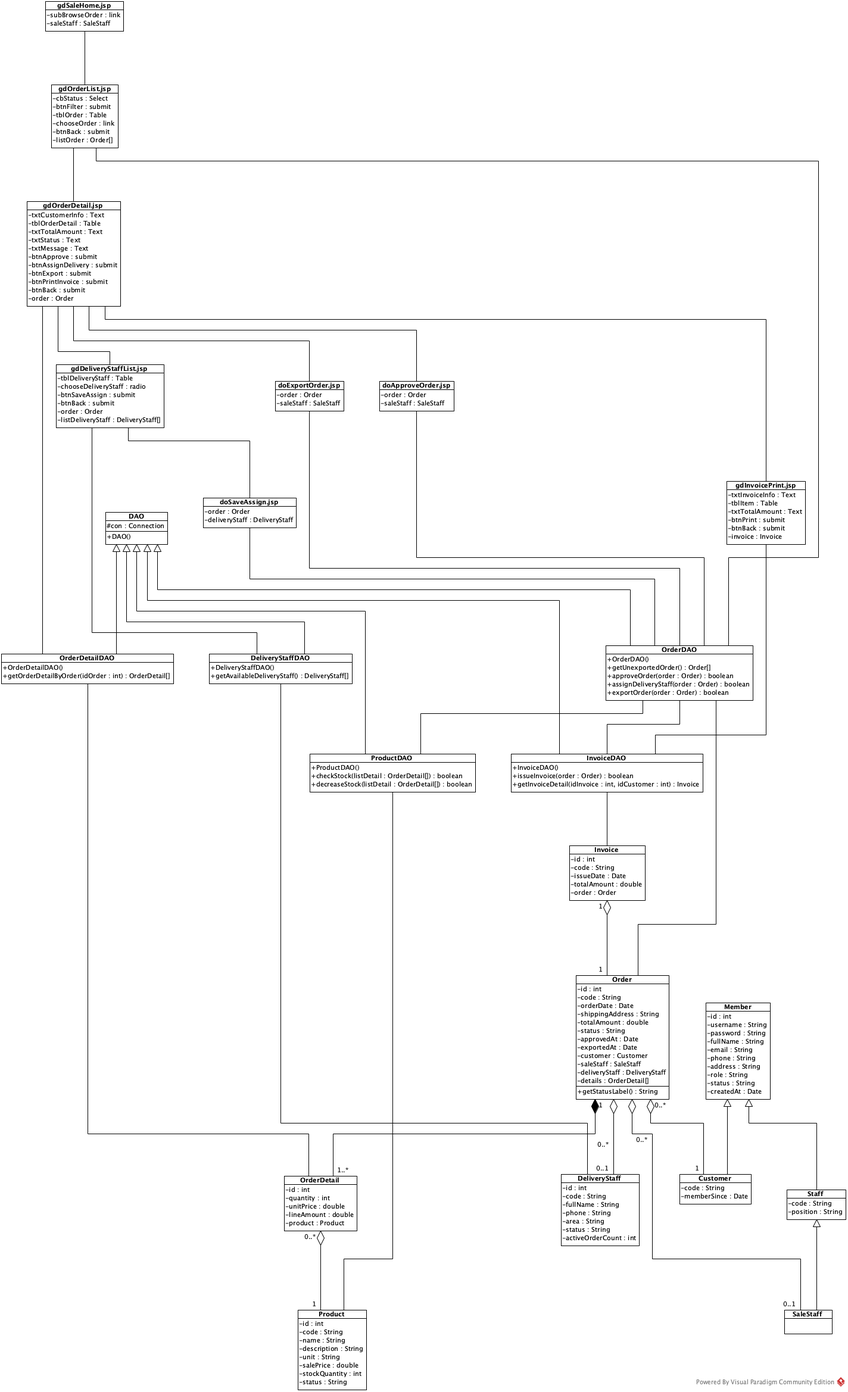
Above: diagrams/out/vp/q3b-4-design-classes-approve-export.png in thanhtrnnn/infor-sys-anal-dept-store (PlantUML), before the change. Its source is kept beside it as diagrams/src/q3b-4-design-classes-approve-export.puml. The source it was exported from:
```plantuml
@startuml
!include _style.iuml
title Q3b – Biểu đồ lớp thiết kế – Module 2: Approve and Export Order 0 (JSP + DAO)

class "gdSaleHome.jsp" as gdSaleHome {
  -subBrowseOrder : link
  -saleStaff : SaleStaff
}
class "gdOrderList.jsp" as gdOrderList {
  -cbStatus : Select
  -btnFilter : submit
  -tblOrder : Table
  -chooseOrder : link
  -btnBack : submit
  -listOrder : Order[]
}
class "gdOrderDetail.jsp" as gdOrderDetail {
  -txtCustomerInfo : Text
  -tblOrderDetail : Table
  -txtTotalAmount : Text
  -txtStatus : Text
  -txtMessage : Text
  -btnApprove : submit
  -btnAssignDelivery : submit
  -btnExport : submit
  -btnPrintInvoice : submit
  -btnBack : submit
  -order : Order
}
class "gdDeliveryStaffList.jsp" as gdDeliveryStaffList {
  -tblDeliveryStaff : Table
  -chooseDeliveryStaff : radio
  -btnSaveAssign : submit
  -btnBack : submit
  -order : Order
  -listDeliveryStaff : DeliveryStaff[]
}
class "gdInvoicePrint.jsp" as gdInvoicePrint {
  -txtInvoiceInfo : Text
  -tblItem : Table
  -txtTotalAmount : Text
  -btnPrint : submit
  -btnBack : submit
  -invoice : Invoice
}
class "doApproveOrder.jsp" as doApproveOrder {
  -order : Order
  -saleStaff : SaleStaff
}
class "doSaveAssign.jsp" as doSaveAssign {
  -order : Order
  -deliveryStaff : DeliveryStaff
}
class "doExportOrder.jsp" as doExportOrder {
  -order : Order
  -saleStaff : SaleStaff
}
gdSaleHome - gdOrderList
gdOrderList - gdOrderDetail
gdOrderDetail - gdDeliveryStaffList
gdOrderDetail -- gdInvoicePrint
gdOrderDetail -- doApproveOrder
gdDeliveryStaffList -- doSaveAssign
gdOrderDetail -- doExportOrder

!include _design_dao.iuml
class OrderDAO {
  +OrderDAO()
  +getUnexportedOrder() : Order[]
  +approveOrder(order : Order) : boolean
  +assignDeliveryStaff(order : Order) : boolean
  +exportOrder(order : Order) : boolean
}
class OrderDetailDAO {
  +OrderDetailDAO()
  +getOrderDetailByOrder(idOrder : int) : OrderDetail[]
}
class ProductDAO {
  +ProductDAO()
  +checkStock(listDetail : OrderDetail[]) : boolean
  +decreaseStock(listDetail : OrderDetail[]) : boolean
}
class DeliveryStaffDAO {
  +DeliveryStaffDAO()
  +getAvailableDeliveryStaff() : DeliveryStaff[]
}
class InvoiceDAO {
  +InvoiceDAO()
  +issueInvoice(order : Order) : boolean
  +getInvoiceDetail(idInvoice : int, idCustomer : int) : Invoice
}
OrderDAO -up-|> DAO
OrderDetailDAO -up-|> DAO
ProductDAO -up-|> DAO
DeliveryStaffDAO -up-|> DAO
InvoiceDAO -up-|> DAO
gdOrderList -- OrderDAO
gdOrderDetail -- OrderDetailDAO
gdDeliveryStaffList -- DeliveryStaffDAO
gdInvoicePrint -- InvoiceDAO
doApproveOrder -- OrderDAO
doSaveAssign -- OrderDAO
doExportOrder -- OrderDAO
OrderDAO -- ProductDAO
OrderDAO -- InvoiceDAO

class Member {
  -id : int
  -username : String
  -password : String
  -fullName : String
  -email : String
  -phone : String
  -address : String
  -role : String
  -status : String
  -createdAt : Date
}
class Customer {
  -code : String
  -memberSince : Date
}
class Staff {
  -code : String
  -position : String
}
class SaleStaff
class Order {
  -id : int
  -code : String
  -orderDate : Date
  -shippingAddress : String
  -totalAmount : double
  -status : String
  -approvedAt : Date
  -exportedAt : Date
  -customer : Customer
  -saleStaff : SaleStaff
  -deliveryStaff : DeliveryStaff
  -details : OrderDetail[]
  +getStatusLabel() : String
}
class OrderDetail {
  -id : int
  -quantity : int
  -unitPrice : double
  -lineAmount : double
  -product : Product
}
class Product {
  -id : int
  -code : String
  -name : String
  -description : String
  -unit : String
  -salePrice : double
  -stockQuantity : int
  -status : String
}
class DeliveryStaff {
  -id : int
  -code : String
  -fullName : String
  -phone : String
  -area : String
  -status : String
  -activeOrderCount : int
}
class Invoice {
  -id : int
  -code : String
  -issueDate : Date
  -totalAmount : double
  -order : Order
}
OrderDAO -- Order
OrderDetailDAO -- OrderDetail
ProductDAO -- Product
DeliveryStaffDAO -- DeliveryStaff
InvoiceDAO -- Invoice
Customer -up-|> Member
Staff -up-|> Member
SaleStaff -up-|> Staff
Invoice "1" o-- "1" Order
Order "0..*" o-- "1" Customer
Order "0..*" o-- "0..1" SaleStaff
Order "0..*" o-- "0..1" DeliveryStaff
Order "1" *-- "1..*" OrderDetail
OrderDetail "0..*" o-- "1" Product
@enduml
```
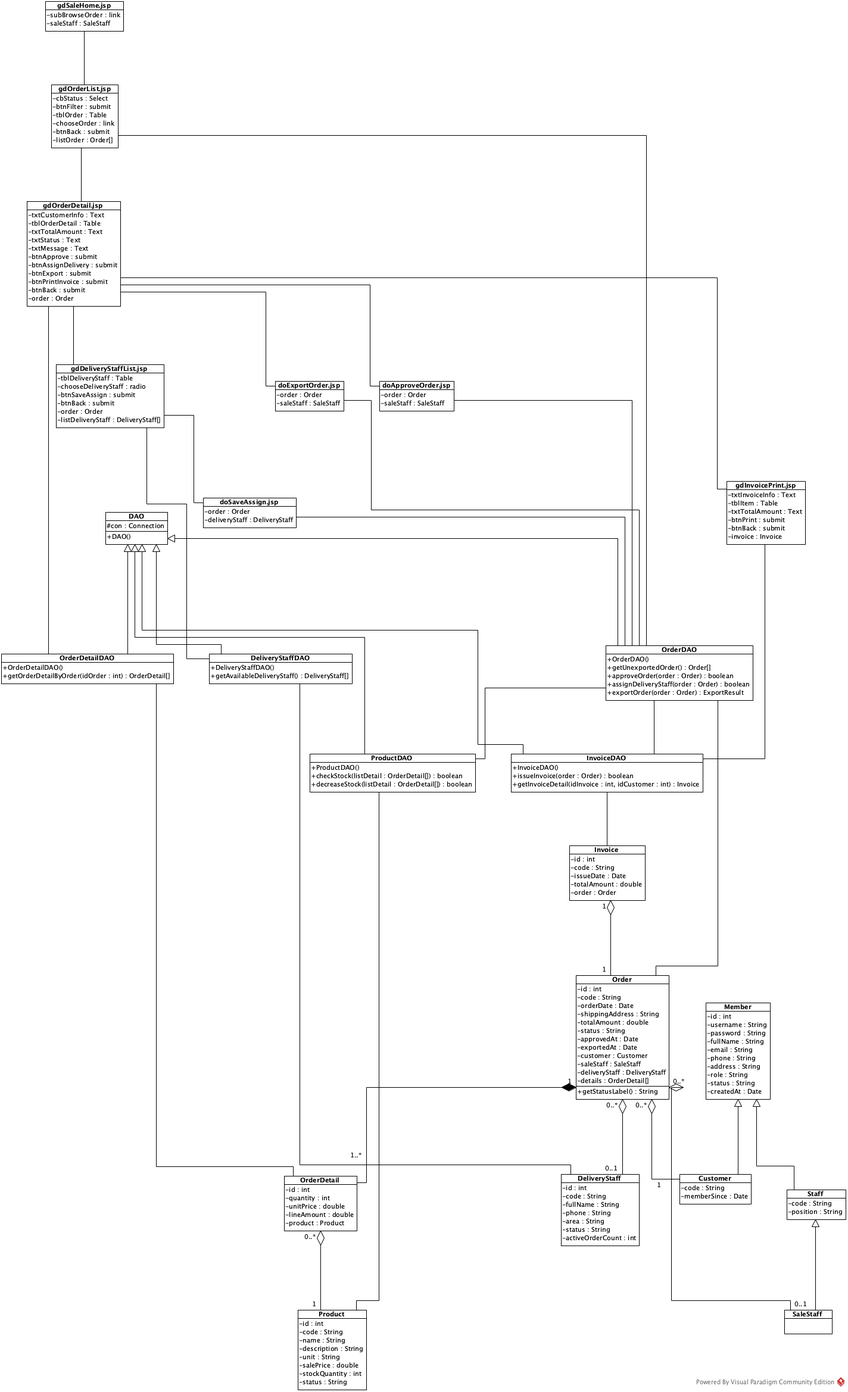
The same diagram one commit later.

Change to the diagram source:
```diff
@@ -69,7 +69,7 @@
   +getUnexportedOrder() : Order[]
   +approveOrder(order : Order) : boolean
   +assignDeliveryStaff(order : Order) : boolean
-  +exportOrder(order : Order) : boolean
+  +exportOrder(order : Order) : ExportResult
 }
 class OrderDetailDAO {
   +OrderDetailDAO()
```
